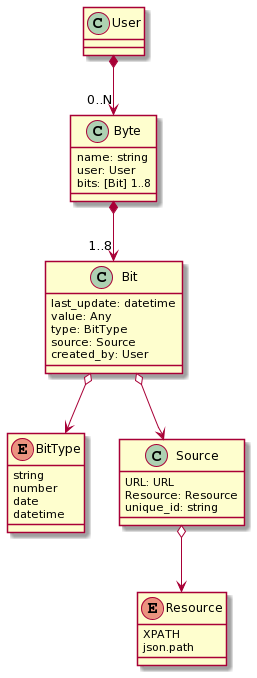
Before: docs/uml/images/domain_model.png, a diagram exported from PlantUML (leohakim/api-o-matic-old). The source it was exported from:
```plantuml
@startuml
class Bit {
    last_update: datetime
    value: Any
    type: BitType
    source: Source
    created_by: User
}

enum BitType {
    string
    number
    date
    datetime
}

Bit o--> BitType

class Source {
    URL: URL
    Resource: Resource
    unique_id: string
}

enum Resource {
    XPATH
    json.path
}
Source o--> Resource

Bit o--> Source

class Byte {
    name: string
    user: User
    bits: [Bit] 1..8
}

class User {}

User *--> "0..N" Byte
Byte *--> "1..8" Bit
@enduml
```
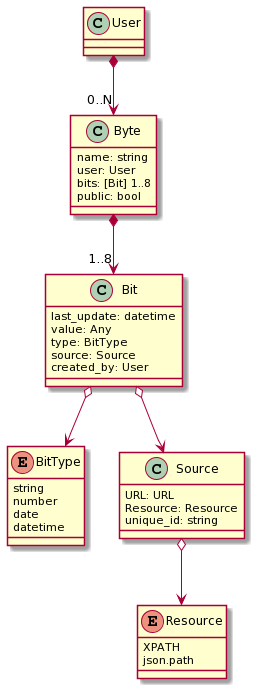
After the change.

Commit message:
Add public field in byte. Add Use case

Diff of the diagram source:
```diff
@@ -34,6 +34,7 @@
     name: string
     user: User
     bits: [Bit] 1..8
+    public: bool
 }
 
 class User {}
```
